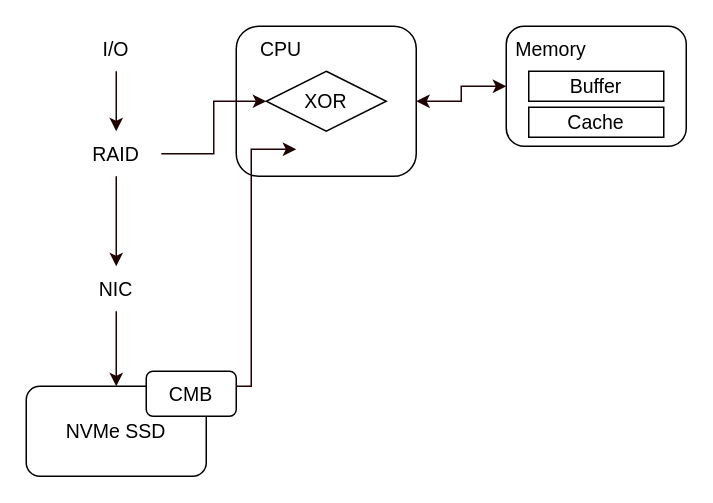
Before: page "페이지-6" (6 of 6) of 제목 없는 다이어그램.drawio in weed700/study_repo, a draw.io diagram. Source tidied: cells renumbered, new cells numbered last; positions are measured from the earlier drawing's top-left corner, leaving out a move shared by most shapes. Both pictures are drawn from the tidied source at 150%, with x=0, y=0 at pixel (26, 26).
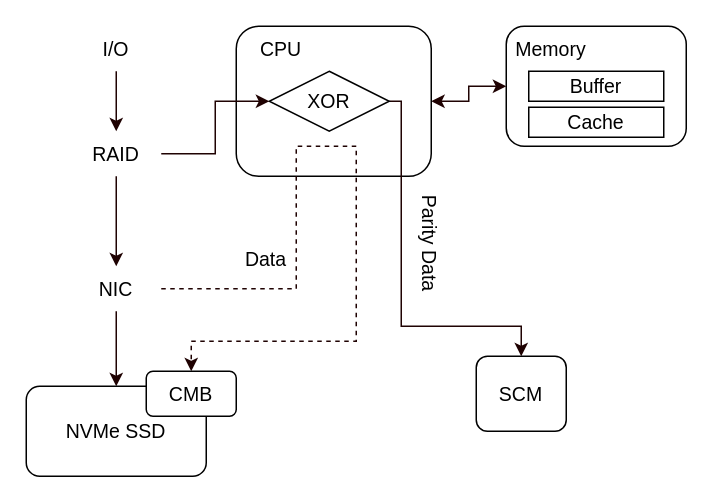
Above is the later version.

Commit message:
제목 없는 다이어그램.drawio 업데이트

Unchanged cells that the change refers to:
```xml
<mxCell id="16" value="NIC" style="text;html=1;strokeColor=none;fillColor=none;align=center;verticalAlign=middle;whiteSpace=wrap;rounded=0;fontSize=13;" parent="1" vertex="1">
  <mxGeometry x="30" y="160" width="60" height="30" as="geometry" />
</mxCell>
<mxCell id="19" value="CMB" style="rounded=1;whiteSpace=wrap;html=1;fontSize=13;" parent="1" vertex="1">
  <mxGeometry x="80" y="230" width="60" height="30" as="geometry" />
</mxCell>
```

The edit, as a diff of the source:
```diff
@@
     <mxCell id="8" style="rounded=1;whiteSpace=wrap;html=1;fontSize=13;" parent="1" vertex="1">
-      <mxGeometry x="140" width="120" height="100" as="geometry" />
+      <mxGeometry x="140" width="130" height="100" as="geometry" />
     </mxCell>
@@
+    <mxCell id="20" style="edgeStyle=orthogonalEdgeStyle;rounded=0;jettySize=auto;html=1;exitX=1;exitY=0.5;exitDx=0;exitDy=0;entryX=0.5;entryY=0;entryDx=0;entryDy=0;strokeColor=#1F0202;strokeWidth=1;fontSize=13;startArrow=none;startFill=0;endArrow=classic;endFill=1;targetPerimeterSpacing=0;fillColor=none;" parent="1" edge="1" source="10" target="22">
+      <mxGeometry relative="1" as="geometry">
+        <Array as="points">
+          <mxPoint x="250" y="50" />
+          <mxPoint x="250" y="200" />
+        </Array>
+      </mxGeometry>
+    </mxCell>
     <mxCell id="10" value="XOR" style="rhombus;whiteSpace=wrap;html=1;fontSize=13;" parent="1" vertex="1">
-      <mxGeometry x="160" y="30" width="80" height="40" as="geometry" />
+      <mxGeometry x="162" y="30" width="80" height="40" as="geometry" />
     </mxCell>
@@
+    <mxCell id="21" style="edgeStyle=orthogonalEdgeStyle;rounded=0;jettySize=auto;html=1;exitX=1;exitY=0.5;exitDx=0;exitDy=0;strokeColor=#1F0202;strokeWidth=1;fontSize=13;startArrow=none;startFill=0;endArrow=classic;endFill=1;targetPerimeterSpacing=0;fillColor=none;dashed=1;" parent="1" edge="1" source="16" target="19">
+      <mxGeometry relative="1" as="geometry">
+        <Array as="points">
+          <mxPoint x="180" y="175" />
+          <mxPoint x="180" y="80" />
+          <mxPoint x="220" y="80" />
+          <mxPoint x="220" y="210" />
+          <mxPoint x="110" y="210" />
+        </Array>
+      </mxGeometry>
+    </mxCell>
@@
-    <mxCell id="18" style="edgeStyle=orthogonalEdgeStyle;rounded=0;jettySize=auto;html=1;exitX=1;exitY=0.5;exitDx=0;exitDy=0;strokeColor=#1F0202;strokeWidth=1;fontSize=13;startArrow=none;startFill=0;endArrow=classic;endFill=1;targetPerimeterSpacing=0;fillColor=none;entryX=0;entryY=0.5;entryDx=0;entryDy=0;" parent="1" edge="1" source="19">
-      <mxGeometry relative="1" as="geometry">
-        <mxPoint x="180" y="82" as="targetPoint" />
-        <Array as="points">
-          <mxPoint x="140" y="240" />
-          <mxPoint x="150" y="240" />
-          <mxPoint x="150" y="82" />
-        </Array>
-      </mxGeometry>
-    </mxCell>
@@
+    <mxCell id="22" value="SCM" style="rounded=1;whiteSpace=wrap;html=1;fontSize=13;" parent="1" vertex="1">
+      <mxGeometry x="300" y="220" width="60" height="50" as="geometry" />
+    </mxCell>
+    <mxCell id="23" value="Data" style="text;html=1;strokeColor=none;fillColor=none;align=center;verticalAlign=middle;whiteSpace=wrap;rounded=0;fontSize=13;" parent="1" vertex="1">
+      <mxGeometry x="130" y="140" width="60" height="30" as="geometry" />
+    </mxCell>
+    <mxCell id="24" value="Parity Data" style="text;html=1;strokeColor=none;fillColor=none;align=center;verticalAlign=middle;whiteSpace=wrap;rounded=0;fontSize=13;rotation=90;" parent="1" vertex="1">
+      <mxGeometry x="230" y="130" width="78" height="30" as="geometry" />
+    </mxCell>
```
